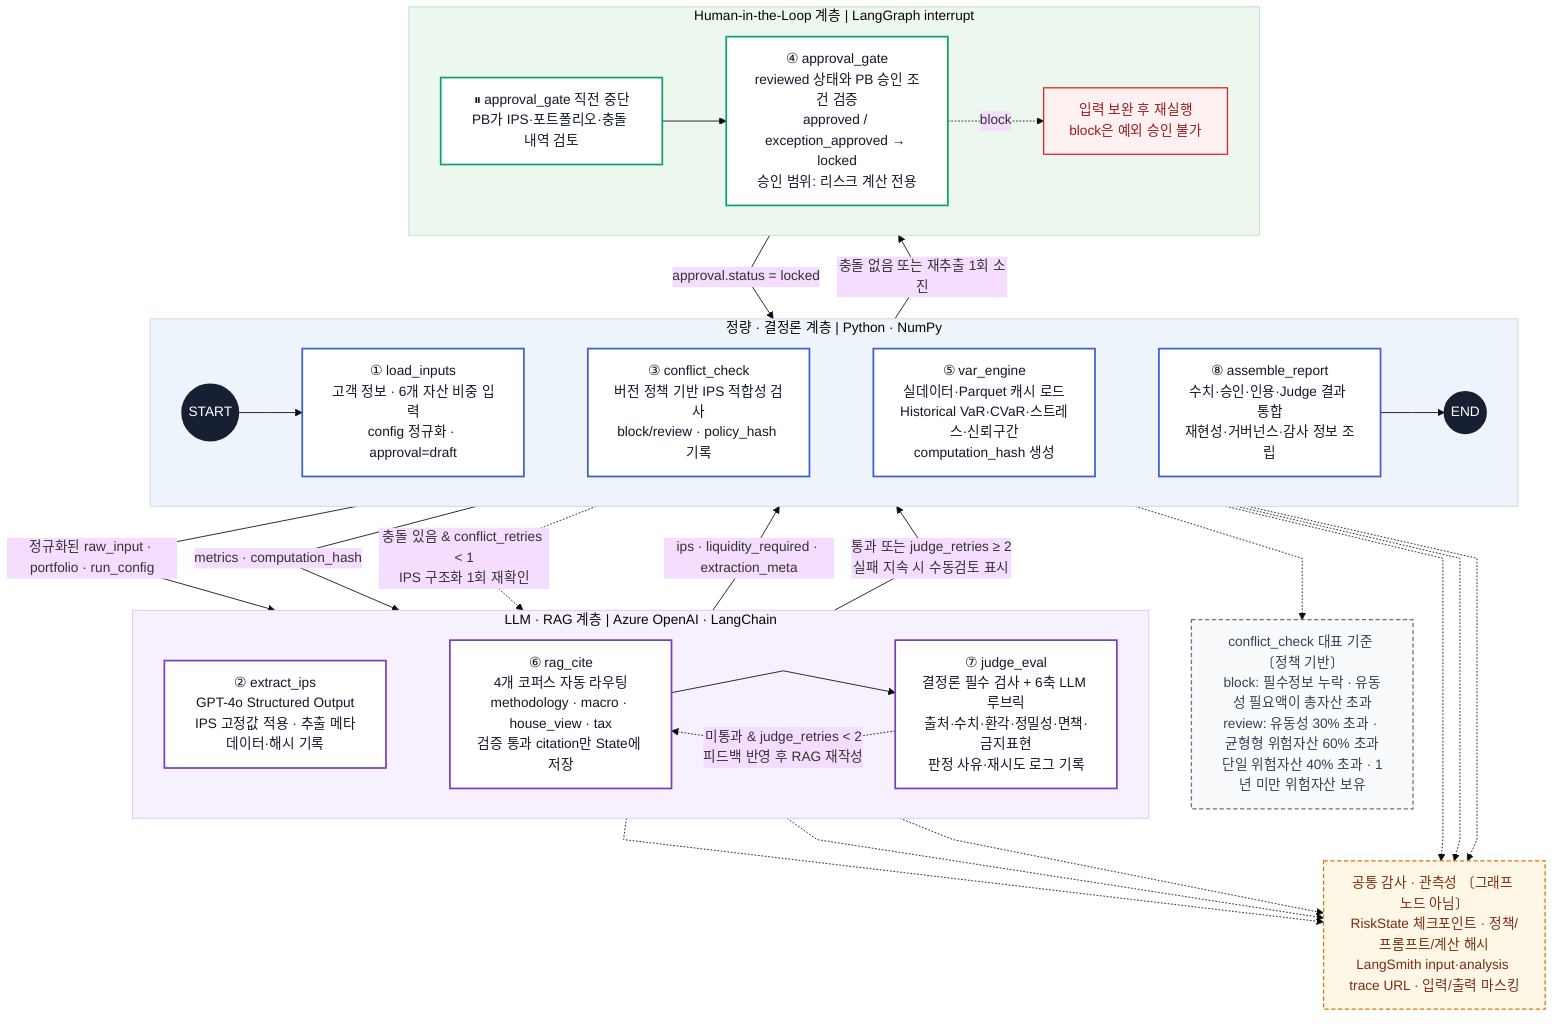
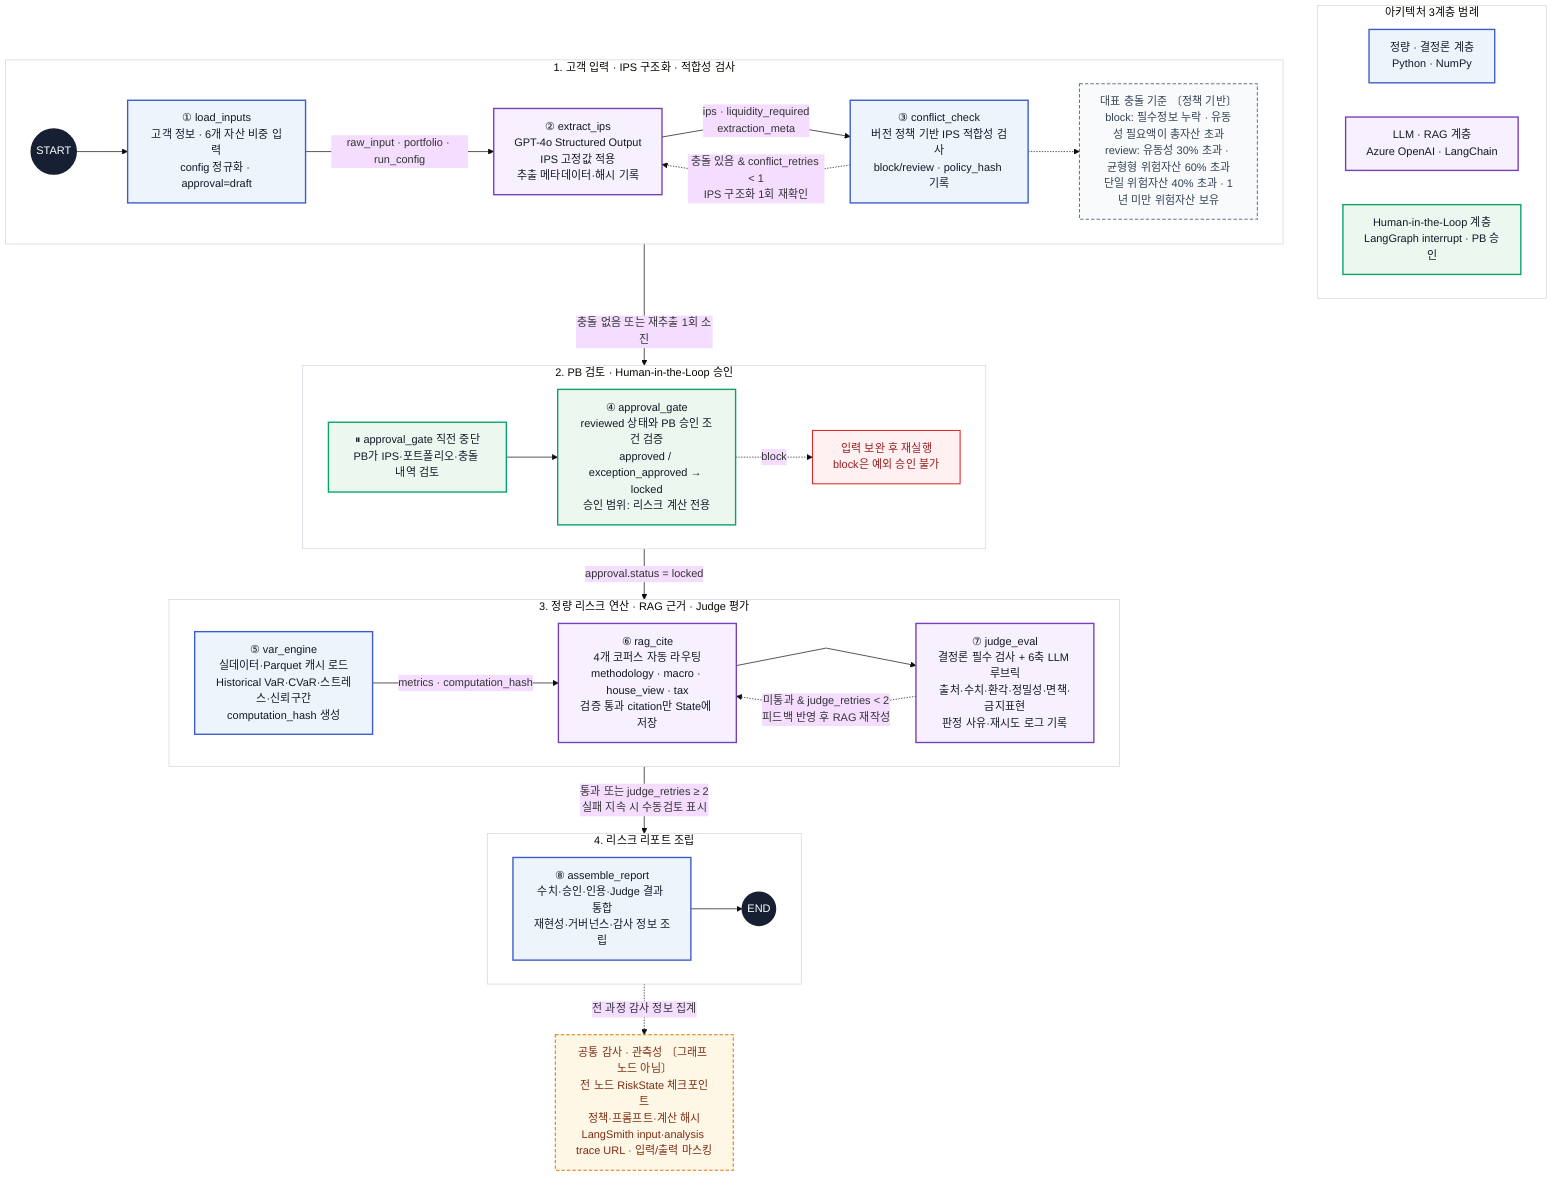
%%{init: {"theme": "base", "flowchart": {"htmlLabels": true, "curve": "linear"}}}%%
%% S.ymphony 최종 아키텍처
- %% 실제 LangGraph 노드 8개 · 3계층 · 조건부 루프 2개 · HITL 인터럽트 1개
+ %% 실제 LangGraph 노드 8개 · 실행 단계 4개 · 아키텍처 계층 3개 · 조건부 루프 2개 · HITL 인터럽트 1개
flowchart TB

-     subgraph DET["정량 · 결정론 계층  |  Python · NumPy"]
+     %% 실행 흐름과 분리된 아키텍처 계층 범례
+     subgraph LEGEND["아키텍처 3계층 범례"]
+         direction LR
+         KEY_DET["정량 · 결정론 계층<br/>Python · NumPy"]
+         KEY_LLM["LLM · RAG 계층<br/>Azure OpenAI · LangChain"]
+         KEY_HITL["Human-in-the-Loop 계층<br/>LangGraph interrupt · PB 승인"]
+     end
+ 
+     %% 1단계: 입력과 IPS 적합성 검사
+     subgraph STEP1["1. 고객 입력 · IPS 구조화 · 적합성 검사"]
        direction LR
        START((START))
        N1["① load_inputs<br/>고객 정보 · 6개 자산 비중 입력<br/>config 정규화 · approval=draft"]
+         N2["② extract_ips<br/>GPT-4o Structured Output<br/>IPS 고정값 적용<br/>추출 메타데이터·해시 기록"]
        N3["③ conflict_check<br/>버전 정책 기반 IPS 적합성 검사<br/>block/review · policy_hash 기록"]
-         N5["⑤ var_engine<br/>실데이터·Parquet 캐시 로드<br/>Historical VaR·CVaR·스트레스·신뢰구간<br/>computation_hash 생성"]
-         N8["⑧ assemble_report<br/>수치·승인·인용·Judge 결과 통합<br/>재현성·거버넌스·감사 정보 조립"]
-         END((END))
+         CONFLICT["대표 충돌 기준 〔정책 기반〕<br/>block: 필수정보 누락 · 유동성 필요액이 총자산 초과<br/>review: 유동성 30% 초과 · 균형형 위험자산 60% 초과<br/>단일 위험자산 40% 초과 · 1년 미만 위험자산 보유"]

        START --> N1
-         N1 ~~~ N3
-         N3 ~~~ N5
-         N5 ~~~ N8
-         N8 --> END
+         N1 -->|"raw_input · portfolio · run_config"| N2
+         N2 -->|"ips · liquidity_required<br/>extraction_meta"| N3
+         N3 -. "충돌 있음 & conflict_retries < 1<br/>IPS 구조화 1회 재확인" .-> N2
+         N3 -.-> CONFLICT
    end

-     subgraph LLM["LLM · RAG 계층  |  Azure OpenAI · LangChain"]
-         direction LR
-         N2["② extract_ips<br/>GPT-4o Structured Output<br/>IPS 고정값 적용 · 추출 메타데이터·해시 기록"]
-         N6["⑥ rag_cite<br/>4개 코퍼스 자동 라우팅<br/>methodology · macro · house_view · tax<br/>검증 통과 citation만 State에 저장"]
-         N7["⑦ judge_eval<br/>결정론 필수 검사 + 6축 LLM 루브릭<br/>출처·수치·환각·정밀성·면책·금지표현<br/>판정 사유·재시도 로그 기록"]
- 
-         N2 ~~~ N6
-         N6 --> N7
-     end
- 
-     subgraph HITL["Human-in-the-Loop 계층  |  LangGraph interrupt"]
+     %% 2단계: 사람의 승인과 계산 잠금
+     subgraph STEP2["2. PB 검토 · Human-in-the-Loop 승인"]
        direction LR
        PAUSE["⏸ approval_gate 직전 중단<br/>PB가 IPS·포트폴리오·충돌 내역 검토"]
        N4["④ approval_gate<br/>reviewed 상태와 PB 승인 조건 검증<br/>approved / exception_approved → locked<br/>승인 범위: 리스크 계산 전용"]
        STOP["입력 보완 후 재실행<br/>block은 예외 승인 불가"]

        PAUSE --> N4
        N4 -. "block" .-> STOP
    end

-     %% 기본 실행 경로
-     N1 -->|"정규화된 raw_input · portfolio · run_config"| N2
-     N2 -->|"ips · liquidity_required · extraction_meta"| N3
+     %% 3단계: 정량 연산, 검색 근거와 평가
+     subgraph STEP3["3. 정량 리스크 연산 · RAG 근거 · Judge 평가"]
+         direction LR
+         N5["⑤ var_engine<br/>실데이터·Parquet 캐시 로드<br/>Historical VaR·CVaR·스트레스·신뢰구간<br/>computation_hash 생성"]
+         N6["⑥ rag_cite<br/>4개 코퍼스 자동 라우팅<br/>methodology · macro · house_view · tax<br/>검증 통과 citation만 State에 저장"]
+         N7["⑦ judge_eval<br/>결정론 필수 검사 + 6축 LLM 루브릭<br/>출처·수치·환각·정밀성·면책·금지표현<br/>판정 사유·재시도 로그 기록"]
+ 
+         N5 -->|"metrics · computation_hash"| N6
+         N6 --> N7
+         N7 -. "미통과 & judge_retries < 2<br/>피드백 반영 후 RAG 재작성" .-> N6
+     end
+ 
+     %% 4단계: 결과 통합
+     subgraph STEP4["4. 리스크 리포트 조립"]
+         direction LR
+         N8["⑧ assemble_report<br/>수치·승인·인용·Judge 결과 통합<br/>재현성·거버넌스·감사 정보 조립"]
+         END((END))
+ 
+         N8 --> END
+     end
+ 
+     %% 단계 간 기본 실행 경로
    N3 -->|"충돌 없음 또는 재추출 1회 소진"| PAUSE
    N4 -->|"approval.status = locked"| N5
-     N5 -->|"metrics · computation_hash"| N6
    N7 -->|"통과 또는 judge_retries ≥ 2<br/>실패 지속 시 수동검토 표시"| N8

-     %% 조건부 재실행 경로
-     N3 -. "충돌 있음 & conflict_retries < 1<br/>IPS 구조화 1회 재확인" .-> N2
-     N7 -. "미통과 & judge_retries < 2<br/>피드백 반영 후 RAG 재작성" .-> N6
+     %% 그래프 외 공통 감사 요소: 단일 연결로 교차선을 최소화
+     AUDIT["공통 감사 · 관측성 〔그래프 노드 아님〕<br/>전 노드 RiskState 체크포인트<br/>정책·프롬프트·계산 해시<br/>LangSmith input·analysis trace URL · 입력/출력 마스킹"]
+     N8 -. "전 과정 감사 정보 집계" .-> AUDIT

-     %% 그래프 외 공통 감사 요소
-     AUDIT["공통 감사 · 관측성 〔그래프 노드 아님〕<br/>RiskState 체크포인트 · 정책/프롬프트/계산 해시<br/>LangSmith input·analysis trace URL · 입력/출력 마스킹"]
-     N2 -.-> AUDIT
-     N3 -.-> AUDIT
-     N5 -.-> AUDIT
-     N6 -.-> AUDIT
-     N7 -.-> AUDIT
-     N8 -.-> AUDIT
- 
-     CONFLICT["conflict_check 대표 기준 〔정책 기반〕<br/>block: 필수정보 누락 · 유동성 필요액이 총자산 초과<br/>review: 유동성 30% 초과 · 균형형 위험자산 60% 초과<br/>단일 위험자산 40% 초과 · 1년 미만 위험자산 보유"]
-     N3 -.-> CONFLICT
- 
-     classDef deterministic fill:#FFFFFF,stroke:#3B5CCC,color:#111827,stroke-width:2px;
-     classDef llmNode fill:#FFFFFF,stroke:#7440B8,color:#111827,stroke-width:2px;
-     classDef hitlNode fill:#FFFFFF,stroke:#08A26A,color:#111827,stroke-width:2px;
+     %% 3계층은 실행 순서를 유지한 채 노드 색상으로 구분
+     classDef deterministic fill:#EDF4FC,stroke:#3B5CCC,color:#111827,stroke-width:2px;
+     classDef llmNode fill:#F6F0FF,stroke:#7440B8,color:#111827,stroke-width:2px;
+     classDef hitlNode fill:#ECF8EF,stroke:#08A26A,color:#111827,stroke-width:2px;
    classDef terminal fill:#172033,stroke:#172033,color:#FFFFFF,stroke-width:2px;
    classDef stop fill:#FFF1F2,stroke:#DC2626,color:#991B1B,stroke-width:1.5px;
    classDef audit fill:#FFF7E6,stroke:#D97706,color:#7C2D12,stroke-width:1.5px,stroke-dasharray:5 3;
    classDef note fill:#F8FAFC,stroke:#64748B,color:#334155,stroke-width:1.5px,stroke-dasharray:5 3;

-     class N1,N3,N5,N8 deterministic;
-     class N2,N6,N7 llmNode;
-     class PAUSE,N4 hitlNode;
+     class KEY_DET,N1,N3,N5,N8 deterministic;
+     class KEY_LLM,N2,N6,N7 llmNode;
+     class KEY_HITL,PAUSE,N4 hitlNode;
    class START,END terminal;
    class STOP stop;
    class AUDIT audit;
    class CONFLICT note;

-     style DET fill:#EDF4FC,stroke:#CBD5E1,stroke-width:1px
-     style LLM fill:#F6F0FF,stroke:#D8C7EE,stroke-width:1px
-     style HITL fill:#ECF8EF,stroke:#B8DFC8,stroke-width:1px
+     style LEGEND fill:#FFFFFF,stroke:#CBD5E1,stroke-width:1px
+     style STEP1 fill:#FFFFFF,stroke:#CBD5E1,stroke-width:1px
+     style STEP2 fill:#FFFFFF,stroke:#CBD5E1,stroke-width:1px
+     style STEP3 fill:#FFFFFF,stroke:#CBD5E1,stroke-width:1px
+     style STEP4 fill:#FFFFFF,stroke:#CBD5E1,stroke-width:1px
